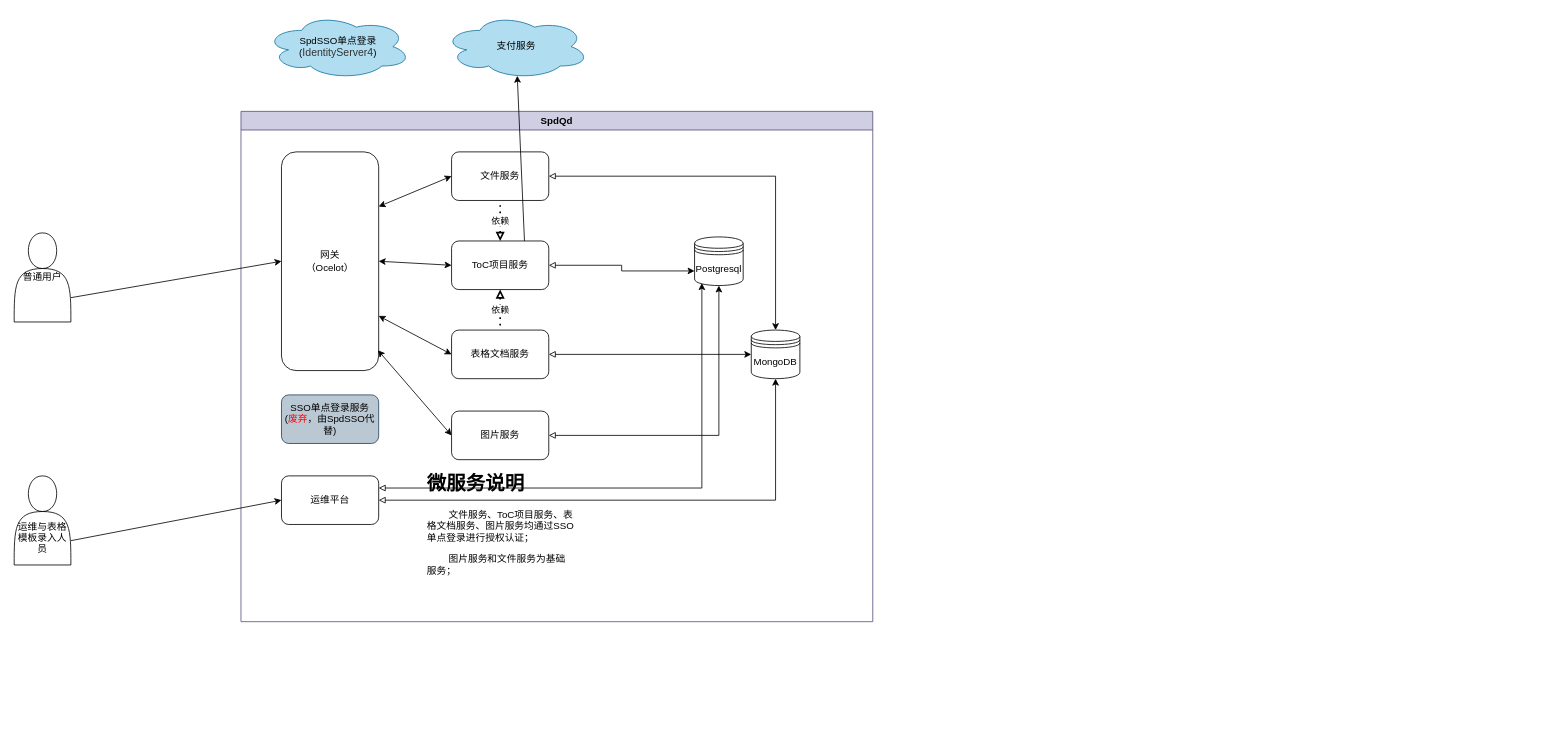
Earlier version of the draw.io diagram docs/Untitled Diagram.drawio (feijie999/JieDDDFramework). Source tidied: cells renumbered, new cells numbered last; positions are measured from the earlier drawing's top-left corner, leaving out a move shared by most shapes. Both pictures are drawn from the tidied source at 81%, with x=0, y=0 at pixel (14, 14).
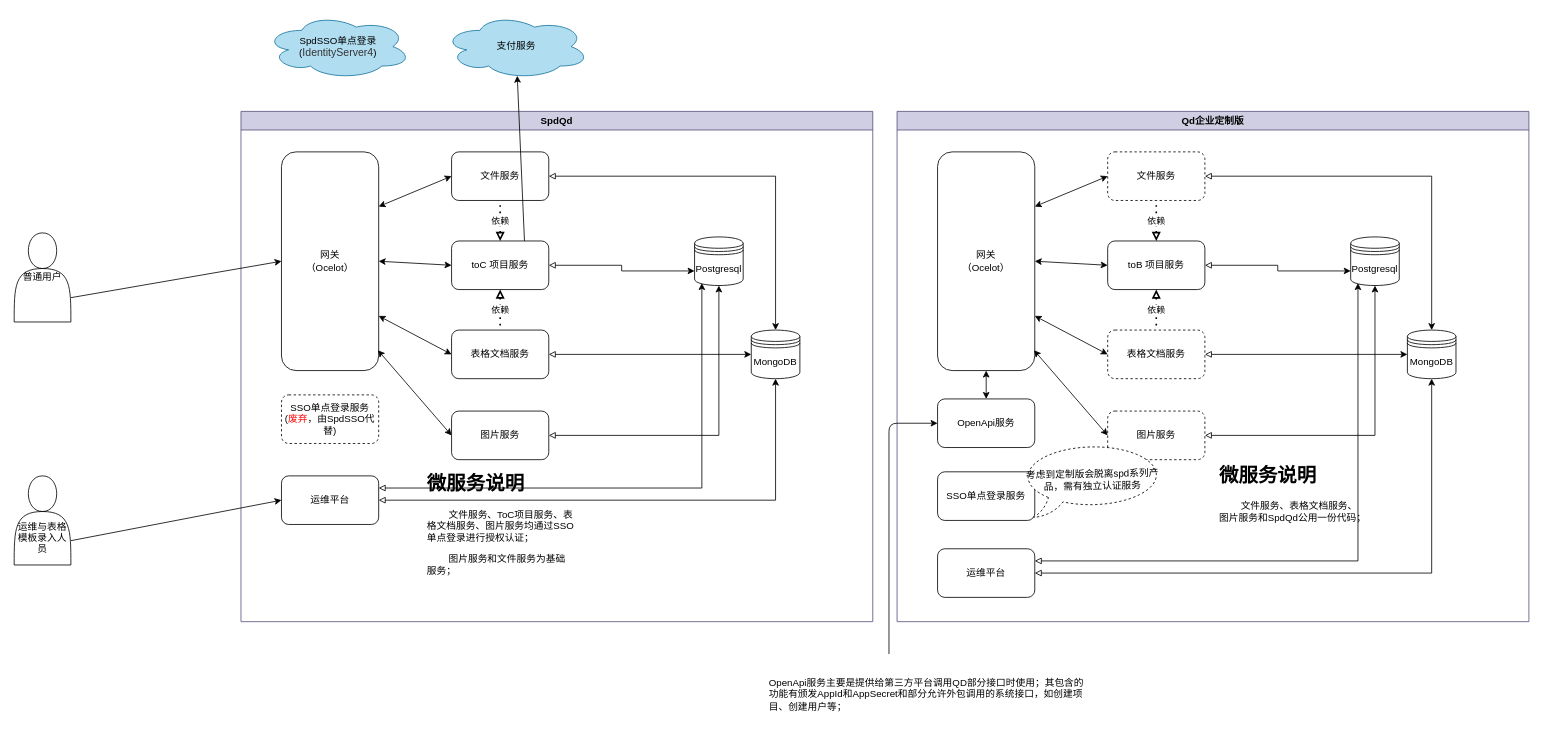
The same diagram, later.

Diff of the diagram source:
```diff
@@
-    <mxCell id="2" value="SpdQd" style="swimlane;fillColor=#d0cee2;strokeColor=#56517e;" parent="1" vertex="1">
+    <mxCell id="2" value="SpdQd" style="swimlane;fillColor=#d0cee2;strokeColor=#56517e;startSize=23;" parent="1" vertex="1">
       <mxGeometry x="280" y="120" width="780" height="630" as="geometry" />
     </mxCell>
@@
-    <mxCell id="9" value="SSO单点登录服务&lt;br&gt;(&lt;font color=&quot;#ff0303&quot;&gt;废弃&lt;/font&gt;，由SpdSSO代替)" style="rounded=1;whiteSpace=wrap;html=1;fillColor=#bac8d3;strokeColor=#23445d;" parent="2" vertex="1">
+    <mxCell id="9" value="SSO单点登录服务&lt;br&gt;(&lt;font color=&quot;#ff0303&quot;&gt;废弃&lt;/font&gt;，由SpdSSO代替)" style="rounded=1;whiteSpace=wrap;html=1;dashed=1;" parent="2" vertex="1">
       <mxGeometry x="50" y="350" width="120" height="60" as="geometry" />
     </mxCell>
@@
-    <mxCell id="15" value="ToC项目服务" style="rounded=1;whiteSpace=wrap;html=1;" parent="2" vertex="1">
+    <mxCell id="15" value="toC 项目服务" style="rounded=1;whiteSpace=wrap;html=1;" parent="2" vertex="1">
       <mxGeometry x="260" y="160" width="120" height="60" as="geometry" />
     </mxCell>
@@
+    <mxCell id="32" value="Qd企业定制版" style="swimlane;fillColor=#d0cee2;strokeColor=#56517e;" parent="1" vertex="1">
+      <mxGeometry x="1090" y="120" width="780" height="630" as="geometry" />
+    </mxCell>
+    <mxCell id="33" style="edgeStyle=orthogonalEdgeStyle;rounded=0;jettySize=auto;html=1;exitX=1;exitY=0.5;exitDx=0;exitDy=0;entryX=0;entryY=0.5;entryDx=0;entryDy=0;startArrow=block;startFill=0;" parent="32" edge="1" source="34" target="54">
+      <mxGeometry relative="1" as="geometry" />
+    </mxCell>
+    <mxCell id="34" value="表格文档服务" style="rounded=1;whiteSpace=wrap;html=1;dashed=1;" parent="32" vertex="1">
+      <mxGeometry x="260" y="270" width="120" height="60" as="geometry" />
+    </mxCell>
+    <mxCell id="35" style="edgeStyle=orthogonalEdgeStyle;rounded=0;jettySize=auto;html=1;exitX=1;exitY=0.5;exitDx=0;exitDy=0;entryX=0.5;entryY=1;entryDx=0;entryDy=0;startArrow=block;startFill=0;" parent="32" edge="1" source="36" target="53">
+      <mxGeometry relative="1" as="geometry" />
+    </mxCell>
+    <mxCell id="36" value="图片服务" style="rounded=1;whiteSpace=wrap;html=1;dashed=1;" parent="32" vertex="1">
+      <mxGeometry x="260" y="370" width="120" height="60" as="geometry" />
+    </mxCell>
+    <mxCell id="37" style="edgeStyle=orthogonalEdgeStyle;rounded=0;jettySize=auto;html=1;exitX=1;exitY=0.5;exitDx=0;exitDy=0;startArrow=block;startFill=0;" parent="32" edge="1" source="38" target="54">
+      <mxGeometry relative="1" as="geometry" />
+    </mxCell>
+    <mxCell id="38" value="文件服务&lt;br&gt;" style="rounded=1;whiteSpace=wrap;html=1;dashed=1;" parent="32" vertex="1">
+      <mxGeometry x="260" y="50" width="120" height="60" as="geometry" />
+    </mxCell>
+    <mxCell id="39" value="SSO单点登录服务" style="rounded=1;whiteSpace=wrap;html=1;" parent="32" vertex="1">
+      <mxGeometry x="50" y="445" width="120" height="60" as="geometry" />
+    </mxCell>
+    <mxCell id="40" style="edgeStyle=orthogonalEdgeStyle;rounded=0;jettySize=auto;html=1;exitX=1;exitY=0.5;exitDx=0;exitDy=0;entryX=0.5;entryY=1;entryDx=0;entryDy=0;startArrow=block;startFill=0;" parent="32" edge="1" source="42" target="54">
+      <mxGeometry relative="1" as="geometry" />
+    </mxCell>
+    <mxCell id="41" style="edgeStyle=orthogonalEdgeStyle;rounded=0;jettySize=auto;html=1;exitX=1;exitY=0.25;exitDx=0;exitDy=0;entryX=0.15;entryY=0.95;entryDx=0;entryDy=0;entryPerimeter=0;startArrow=block;startFill=0;" parent="32" edge="1" source="42" target="53">
+      <mxGeometry relative="1" as="geometry" />
+    </mxCell>
+    <mxCell id="42" value="运维平台" style="rounded=1;whiteSpace=wrap;html=1;" parent="32" vertex="1">
+      <mxGeometry x="50" y="540" width="120" height="60" as="geometry" />
+    </mxCell>
+    <mxCell id="43" value="网关&lt;br&gt;（Ocelot）" style="rounded=1;whiteSpace=wrap;html=1;" parent="32" vertex="1">
+      <mxGeometry x="50" y="50" width="120" height="270" as="geometry" />
+    </mxCell>
+    <mxCell id="44" style="edgeStyle=orthogonalEdgeStyle;rounded=0;jettySize=auto;html=1;exitX=1;exitY=0.5;exitDx=0;exitDy=0;entryX=0;entryY=0.7;entryDx=0;entryDy=0;startArrow=block;startFill=0;" parent="32" edge="1" source="45" target="53">
+      <mxGeometry relative="1" as="geometry" />
+    </mxCell>
+    <mxCell id="45" value="toB 项目服务" style="rounded=1;whiteSpace=wrap;html=1;" parent="32" vertex="1">
+      <mxGeometry x="260" y="160" width="120" height="60" as="geometry" />
+    </mxCell>
+    <mxCell id="46" style="endArrow=classic;startArrow=classic;html=1;exitX=1;exitY=0.5;exitDx=0;exitDy=0;entryX=0;entryY=0.5;entryDx=0;entryDy=0;" parent="32" edge="1" source="43" target="45">
+      <mxGeometry relative="1" as="geometry" />
+    </mxCell>
+    <mxCell id="47" style="endArrow=classic;startArrow=classic;html=1;exitX=1;exitY=0.75;exitDx=0;exitDy=0;entryX=0;entryY=0.5;entryDx=0;entryDy=0;" parent="32" edge="1" source="43" target="34">
+      <mxGeometry relative="1" as="geometry" />
+    </mxCell>
+    <mxCell id="48" value="依赖" style="endArrow=none;dashed=1;html=1;dashPattern=1 3;strokeWidth=2;startArrow=block;startFill=0;exitX=0.5;exitY=1;exitDx=0;exitDy=0;entryX=0.5;entryY=0;entryDx=0;entryDy=0;" parent="32" edge="1" source="45" target="34">
+      <mxGeometry relative="1" as="geometry" />
+    </mxCell>
+    <mxCell id="49" value="依赖" style="endArrow=none;dashed=1;html=1;dashPattern=1 3;strokeWidth=2;startArrow=block;startFill=0;entryX=0.5;entryY=1;entryDx=0;entryDy=0;exitX=0.5;exitY=0;exitDx=0;exitDy=0;" parent="32" edge="1" source="45" target="38">
+      <mxGeometry relative="1" as="geometry" />
+    </mxCell>
+    <mxCell id="50" style="endArrow=classic;startArrow=classic;html=1;exitX=1;exitY=0.25;exitDx=0;exitDy=0;entryX=0;entryY=0.5;entryDx=0;entryDy=0;" parent="32" edge="1" source="43" target="38">
+      <mxGeometry relative="1" as="geometry" />
+    </mxCell>
+    <mxCell id="51" style="endArrow=classic;startArrow=classic;html=1;exitX=0.992;exitY=0.907;exitDx=0;exitDy=0;entryX=0;entryY=0.5;entryDx=0;entryDy=0;exitPerimeter=0;" parent="32" edge="1" source="43" target="36">
+      <mxGeometry relative="1" as="geometry" />
+    </mxCell>
+    <mxCell id="52" value="&lt;h1&gt;微服务说明&lt;/h1&gt;&lt;p&gt;&amp;nbsp; &amp;nbsp; &amp;nbsp; &amp;nbsp; 文件服务、表格文档服务、图片服务和SpdQd公用一份代码&lt;span&gt;；&lt;/span&gt;&lt;/p&gt;&lt;p&gt;&lt;br&gt;&lt;/p&gt;" style="text;html=1;strokeColor=none;fillColor=none;spacing=5;spacingTop=-20;whiteSpace=wrap;overflow=hidden;rounded=0;" parent="32" vertex="1">
+      <mxGeometry x="393" y="430" width="190" height="140" as="geometry" />
+    </mxCell>
+    <mxCell id="53" value="Postgresql" style="shape=datastore;whiteSpace=wrap;html=1;" parent="32" vertex="1">
+      <mxGeometry x="560" y="155" width="60" height="60" as="geometry" />
+    </mxCell>
+    <mxCell id="54" value="MongoDB" style="shape=datastore;whiteSpace=wrap;html=1;" parent="32" vertex="1">
+      <mxGeometry x="630" y="270" width="60" height="60" as="geometry" />
+    </mxCell>
+    <mxCell id="55" value="考虑到定制版会脱离spd系列产品，需有独立认证服务" style="whiteSpace=wrap;html=1;shape=mxgraph.basic.oval_callout;dashed=1;rotation=-1;" parent="32" vertex="1">
+      <mxGeometry x="153.3" y="410" width="177" height="90" as="geometry" />
+    </mxCell>
+    <mxCell id="56" value="OpenApi服务" style="rounded=1;whiteSpace=wrap;html=1;" parent="32" vertex="1">
+      <mxGeometry x="50" y="355" width="120" height="60" as="geometry" />
+    </mxCell>
+    <mxCell id="57" style="endArrow=classic;startArrow=classic;html=1;exitX=0.992;exitY=0.907;exitDx=0;exitDy=0;exitPerimeter=0;" parent="32" edge="1" target="56">
+      <mxGeometry relative="1" as="geometry">
+        <mxPoint x="110" y="320" as="sourcePoint" />
+      </mxGeometry>
+    </mxCell>
+    <mxCell id="58" value="OpenApi服务主要是提供给第三方平台调用QD部分接口时使用；其包含的功能有颁发AppId和AppSecret和部分允许外包调用的系统接口，如创建项目、创建用户等；" style="text;html=1;strokeColor=none;fillColor=none;align=left;verticalAlign=middle;whiteSpace=wrap;rounded=0;dashed=1;" parent="1" vertex="1">
+      <mxGeometry x="930" y="790" width="397" height="100" as="geometry" />
+    </mxCell>
+    <mxCell id="59" style="edgeStyle=elbowEdgeStyle;elbow=horizontal;endArrow=classic;html=1;entryX=0;entryY=0.5;entryDx=0;entryDy=0;" parent="1" edge="1" source="58" target="56">
+      <mxGeometry relative="1" as="geometry">
+        <Array as="points">
+          <mxPoint x="1080" y="640" />
+        </Array>
+      </mxGeometry>
+    </mxCell>
```
